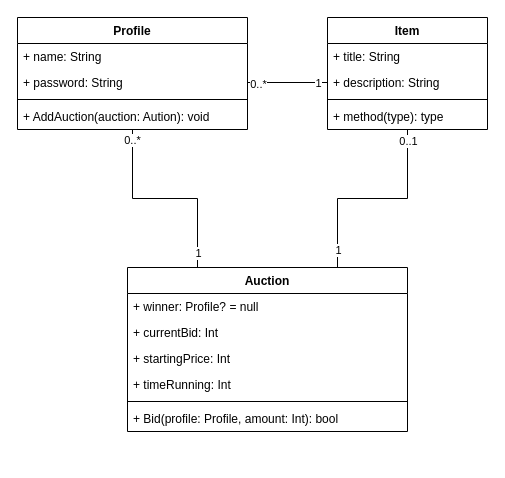
Earlier version of the draw.io diagram Documentation/CigarsAndGunsHouse.drawio (Silverbaq/CigarsAndGunsHouse). Source tidied: cells renumbered, new cells numbered last; positions are measured from the earlier drawing's top-left corner, leaving out a move shared by most shapes. Both pictures are drawn from the tidied source at 100%, with x=0, y=0 at pixel (17, 17).
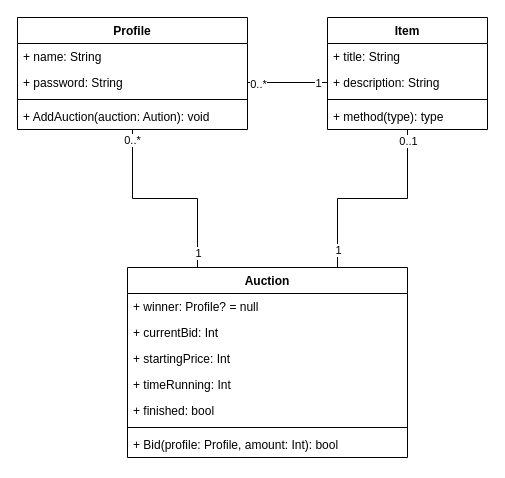
The same diagram, later.

The edit, as a diff of the source:
```diff
@@
     <mxCell id="18" value="Auction" style="swimlane;fontStyle=1;align=center;verticalAlign=top;horizontal=1;startSize=26;" parent="1" vertex="1">
-      <mxGeometry x="110" y="250" width="280" height="164" as="geometry" />
+      <mxGeometry x="110" y="250" width="280" height="190" as="geometry" />
     </mxCell>
@@
+    <mxCell id="28" value="+ finished: bool" style="text;strokeColor=none;fillColor=none;align=left;verticalAlign=top;spacingLeft=4;spacingRight=4;overflow=hidden;" parent="18" vertex="1">
+      <mxGeometry y="130" width="280" height="26" as="geometry" />
+    </mxCell>
     <mxCell id="23" style="line;strokeWidth=1;fillColor=none;align=left;verticalAlign=middle;spacingTop=-1;spacingLeft=3;spacingRight=3;labelPosition=right;strokeColor=inherit;" parent="18" vertex="1">
-      <mxGeometry y="130" width="280" height="8" as="geometry" />
+      <mxGeometry y="156" width="280" height="8" as="geometry" />
     </mxCell>
     <mxCell id="24" value="+ Bid(profile: Profile, amount: Int): bool" style="text;strokeColor=none;fillColor=none;align=left;verticalAlign=top;spacingLeft=4;spacingRight=4;overflow=hidden;" parent="18" vertex="1">
-      <mxGeometry y="138" width="280" height="26" as="geometry" />
+      <mxGeometry y="164" width="280" height="26" as="geometry" />
     </mxCell>
```
